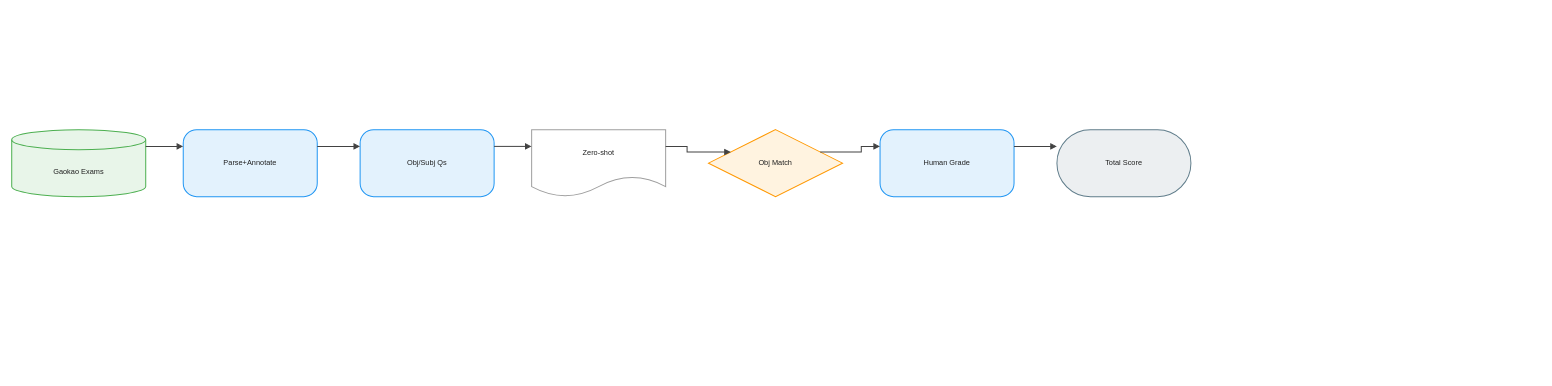
joe1chief/benchmark-hub keeps this draw.io diagram as drawio/GaokaoBench/GaokaoBench.en.drawio. Above is the earlier version. Source tidied: cells renumbered, new cells numbered last; positions are measured from the earlier drawing's top-left corner, leaving out a move shared by most shapes. Both pictures are drawn from the tidied source at 67%, with x=0, y=0 at pixel (11, 129).
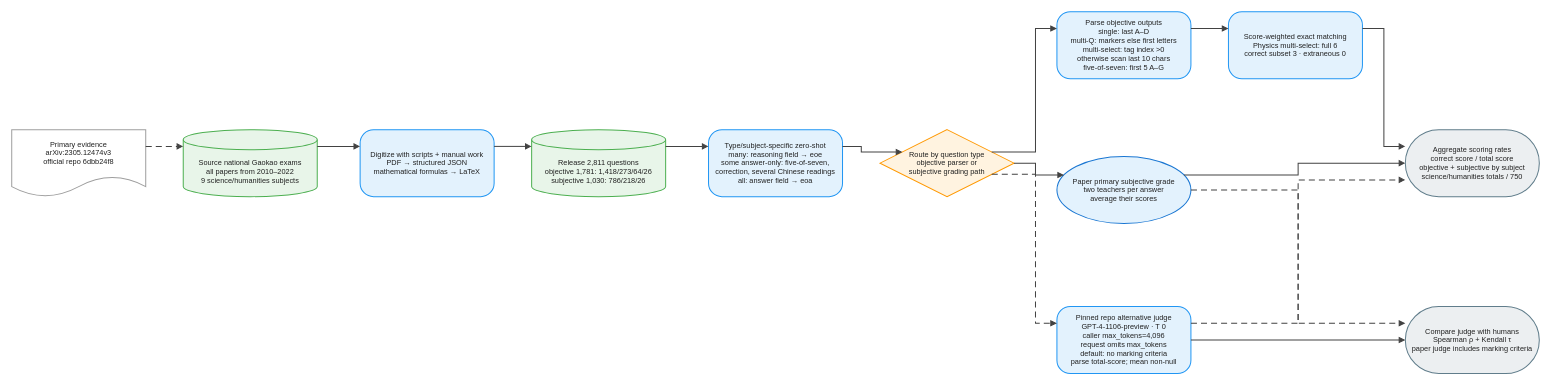
The same page after the edit.

What changed in the source:
```diff
@@
-    <mxCell id="2" value="Gaokao Exams" style="shape=cylinder3;boundedLbl=1;backgroundOutline=1;size=15;html=1;whiteSpace=wrap;fillColor=#E8F5E9;strokeColor=#4CAF50;strokeWidth=1.5;fontColor=#212121;fontSize=11;fontFamily=Arial, Helvetica, sans-serif;verticalAlign=middle;align=center;" parent="1" vertex="1">
+    <mxCell id="2" value="Primary evidence&#10;arXiv:2305.12474v3&#10;official repo 6dbb24f8" style="shape=document;boundedLbl=1;html=0;convertToSvg=1;whiteSpace=wrap;fillColor=#FFFFFF;strokeColor=#9E9E9E;strokeWidth=1.5;fontColor=#212121;fontSize=11;fontFamily=Arial, Helvetica, sans-serif;verticalAlign=middle;align=center;" parent="1" vertex="1">
       <mxGeometry width="200" height="100" as="geometry" />
     </mxCell>
-    <mxCell id="3" value="Parse+Annotate" style="rounded=1;arcSize=20;html=1;whiteSpace=wrap;fillColor=#E3F2FD;strokeColor=#2196F3;strokeWidth=1.5;fontColor=#212121;fontSize=11;fontFamily=Arial, Helvetica, sans-serif;verticalAlign=middle;align=center;" parent="1" vertex="1">
+    <mxCell id="3" value="Source national Gaokao exams&#10;all papers from 2010–2022&#10;9 science/humanities subjects" style="shape=cylinder3;boundedLbl=1;backgroundOutline=1;size=15;html=0;convertToSvg=1;whiteSpace=wrap;fillColor=#E8F5E9;strokeColor=#4CAF50;strokeWidth=1.5;fontColor=#212121;fontSize=11;fontFamily=Arial, Helvetica, sans-serif;verticalAlign=middle;align=center;" parent="1" vertex="1">
       <mxGeometry x="256" width="200" height="100" as="geometry" />
     </mxCell>
-    <mxCell id="4" value="Obj/Subj Qs" style="rounded=1;arcSize=20;html=1;whiteSpace=wrap;fillColor=#E3F2FD;strokeColor=#2196F3;strokeWidth=1.5;fontColor=#212121;fontSize=11;fontFamily=Arial, Helvetica, sans-serif;verticalAlign=middle;align=center;" parent="1" vertex="1">
+    <mxCell id="4" value="Digitize with scripts + manual work&#10;PDF → structured JSON&#10;mathematical formulas → LaTeX" style="rounded=1;arcSize=20;html=0;convertToSvg=1;whiteSpace=wrap;fillColor=#E3F2FD;strokeColor=#2196F3;strokeWidth=1.5;fontColor=#212121;fontSize=11;fontFamily=Arial, Helvetica, sans-serif;verticalAlign=middle;align=center;" parent="1" vertex="1">
       <mxGeometry x="520" width="200" height="100" as="geometry" />
     </mxCell>
-    <mxCell id="5" value="Zero-shot" style="shape=document;boundedLbl=1;html=1;whiteSpace=wrap;fillColor=#FFFFFF;strokeColor=#9E9E9E;strokeWidth=1.5;fontColor=#212121;fontSize=11;fontFamily=Arial, Helvetica, sans-serif;verticalAlign=middle;align=center;" parent="1" vertex="1">
+    <mxCell id="5" value="Release 2,811 questions&#10;objective 1,781: 1,418/273/64/26&#10;subjective 1,030: 786/218/26" style="shape=cylinder3;boundedLbl=1;backgroundOutline=1;size=15;html=0;convertToSvg=1;whiteSpace=wrap;fillColor=#E8F5E9;strokeColor=#4CAF50;strokeWidth=1.5;fontColor=#212121;fontSize=11;fontFamily=Arial, Helvetica, sans-serif;verticalAlign=middle;align=center;" parent="1" vertex="1">
       <mxGeometry x="776" width="200" height="100" as="geometry" />
     </mxCell>
-    <mxCell id="6" value="Obj Match" style="rhombus;html=1;whiteSpace=wrap;fillColor=#FFF3E0;strokeColor=#FF9800;strokeWidth=1.5;fontColor=#212121;fontSize=11;fontFamily=Arial, Helvetica, sans-serif;verticalAlign=middle;align=center;" parent="1" vertex="1">
+    <mxCell id="6" value="Type/subject-specific zero-shot&#10;many: reasoning field → eoe&#10;some answer-only: five-of-seven,&#10;correction, several Chinese readings&#10;all: answer field → eoa" style="rounded=1;arcSize=20;html=0;convertToSvg=1;whiteSpace=wrap;fillColor=#E3F2FD;strokeColor=#2196F3;strokeWidth=1.5;fontColor=#212121;fontSize=11;fontFamily=Arial, Helvetica, sans-serif;verticalAlign=middle;align=center;" parent="1" vertex="1">
       <mxGeometry x="1040" width="200" height="100" as="geometry" />
     </mxCell>
-    <mxCell id="7" value="Human Grade" style="rounded=1;arcSize=20;html=1;whiteSpace=wrap;fillColor=#E3F2FD;strokeColor=#2196F3;strokeWidth=1.5;fontColor=#212121;fontSize=11;fontFamily=Arial, Helvetica, sans-serif;verticalAlign=middle;align=center;" parent="1" vertex="1">
+    <mxCell id="7" value="Route by question type&#10;objective parser or&#10;subjective grading path" style="rhombus;html=0;convertToSvg=1;whiteSpace=wrap;fillColor=#FFF3E0;strokeColor=#FF9800;strokeWidth=1.5;fontColor=#212121;fontSize=11;fontFamily=Arial, Helvetica, sans-serif;verticalAlign=middle;align=center;" parent="1" vertex="1">
       <mxGeometry x="1296" width="200" height="100" as="geometry" />
     </mxCell>
-    <mxCell id="8" value="Total Score" style="rounded=1;arcSize=50;html=1;whiteSpace=wrap;fillColor=#ECEFF1;strokeColor=#607D8B;strokeWidth=1.5;fontColor=#212121;fontSize=11;fontFamily=Arial, Helvetica, sans-serif;verticalAlign=middle;align=center;" parent="1" vertex="1">
-      <mxGeometry x="1560" width="200" height="100" as="geometry" />
+    <mxCell id="8" value="Parse objective outputs&#10;single: last A–D&#10;multi-Q: markers else first letters&#10;multi-select: tag index &gt;0&#10;otherwise scan last 10 chars&#10;five-of-seven: first 5 A–G" style="rounded=1;arcSize=20;html=0;convertToSvg=1;whiteSpace=wrap;fillColor=#E3F2FD;strokeColor=#2196F3;strokeWidth=1.5;fontColor=#212121;fontSize=11;fontFamily=Arial, Helvetica, sans-serif;verticalAlign=middle;align=center;" parent="1" vertex="1">
+      <mxGeometry x="1560" y="-176" width="200" height="100" as="geometry" />
     </mxCell>
-    <mxCell id="9" style="edgeStyle=orthogonalEdgeStyle;rounded=0;jettySize=auto;html=1;strokeColor=#424242;strokeWidth=1.5;endArrow=block;endFill=1;exitX=1;exitY=0.25;exitDx=0;exitDy=0;entryX=0;entryY=0.25;entryDx=0;entryDy=0;jumpStyle=arc;jumpSize=8;" parent="1" edge="1" source="2" target="3">
-      <mxGeometry relative="1" as="geometry" />
+    <mxCell id="9" value="Score-weighted exact matching&#10;Physics multi-select: full 6&#10;correct subset 3 · extraneous 0" style="rounded=1;arcSize=20;html=0;convertToSvg=1;whiteSpace=wrap;fillColor=#E3F2FD;strokeColor=#2196F3;strokeWidth=1.5;fontColor=#212121;fontSize=11;fontFamily=Arial, Helvetica, sans-serif;verticalAlign=middle;align=center;" parent="1" vertex="1">
+      <mxGeometry x="1816" y="-176" width="200" height="100" as="geometry" />
     </mxCell>
-    <mxCell id="10" style="edgeStyle=orthogonalEdgeStyle;rounded=0;jettySize=auto;html=1;strokeColor=#424242;strokeWidth=1.5;endArrow=block;endFill=1;exitX=1;exitY=0.25;exitDx=0;exitDy=0;entryX=0;entryY=0.25;entryDx=0;entryDy=0;jumpStyle=arc;jumpSize=8;" parent="1" edge="1" source="3" target="4">
-      <mxGeometry relative="1" as="geometry" />
+    <mxCell id="10" value="Paper primary subjective grade&#10;two teachers per answer&#10;average their scores" style="ellipse;html=0;convertToSvg=1;whiteSpace=wrap;fillColor=#E3F2FD;strokeColor=#1976D2;strokeWidth=1.5;fontColor=#212121;fontSize=11;fontFamily=Arial, Helvetica, sans-serif;verticalAlign=middle;align=center;" parent="1" vertex="1">
+      <mxGeometry x="1560" y="40" width="200" height="100" as="geometry" />
     </mxCell>
-    <mxCell id="11" style="edgeStyle=orthogonalEdgeStyle;rounded=0;jettySize=auto;html=1;strokeColor=#424242;strokeWidth=1.5;endArrow=block;endFill=1;exitX=1;exitY=0.25;exitDx=0;exitDy=0;entryX=0;entryY=0.25;entryDx=0;entryDy=0;jumpStyle=arc;jumpSize=8;" parent="1" edge="1" source="4" target="5">
-      <mxGeometry relative="1" as="geometry" />
+    <mxCell id="11" value="Pinned repo alternative judge&#10;GPT-4-1106-preview · T 0&#10;caller max_tokens=4,096&#10;request omits max_tokens&#10;default: no marking criteria&#10;parse total-score; mean non-null" style="rounded=1;arcSize=20;html=0;convertToSvg=1;whiteSpace=wrap;fillColor=#E3F2FD;strokeColor=#2196F3;strokeWidth=1.5;fontColor=#212121;fontSize=11;fontFamily=Arial, Helvetica, sans-serif;verticalAlign=middle;align=center;" parent="1" vertex="1">
+      <mxGeometry x="1560" y="264" width="200" height="100" as="geometry" />
     </mxCell>
-    <mxCell id="12" style="edgeStyle=orthogonalEdgeStyle;rounded=0;jettySize=auto;html=1;strokeColor=#424242;strokeWidth=1.5;endArrow=block;endFill=1;exitX=1;exitY=0.25;exitDx=0;exitDy=0;entryX=0;entryY=0.25;entryDx=0;entryDy=0;jumpStyle=arc;jumpSize=8;" parent="1" edge="1" source="5" target="6">
-      <mxGeometry relative="1" as="geometry" />
+    <mxCell id="12" value="Aggregate scoring rates&#10;correct score / total score&#10;objective + subjective by subject&#10;science/humanities totals / 750" style="rounded=1;arcSize=50;html=0;convertToSvg=1;whiteSpace=wrap;fillColor=#ECEFF1;strokeColor=#607D8B;strokeWidth=1.5;fontColor=#212121;fontSize=11;fontFamily=Arial, Helvetica, sans-serif;verticalAlign=middle;align=center;" parent="1" vertex="1">
+      <mxGeometry x="2080" width="200" height="100" as="geometry" />
     </mxCell>
-    <mxCell id="13" style="edgeStyle=orthogonalEdgeStyle;rounded=0;jettySize=auto;html=1;strokeColor=#424242;strokeWidth=1.5;endArrow=block;endFill=1;exitX=1;exitY=0.25;exitDx=0;exitDy=0;entryX=0;entryY=0.25;entryDx=0;entryDy=0;jumpStyle=arc;jumpSize=8;" parent="1" edge="1" source="6" target="7">
-      <mxGeometry relative="1" as="geometry" />
+    <mxCell id="13" value="Compare judge with humans&#10;Spearman ρ + Kendall τ&#10;paper judge includes marking criteria" style="rounded=1;arcSize=50;html=0;convertToSvg=1;whiteSpace=wrap;fillColor=#ECEFF1;strokeColor=#607D8B;strokeWidth=1.5;fontColor=#212121;fontSize=11;fontFamily=Arial, Helvetica, sans-serif;verticalAlign=middle;align=center;" parent="1" vertex="1">
+      <mxGeometry x="2080" y="264" width="200" height="100" as="geometry" />
     </mxCell>
-    <mxCell id="14" style="edgeStyle=orthogonalEdgeStyle;rounded=0;jettySize=auto;html=1;strokeColor=#424242;strokeWidth=1.5;endArrow=block;endFill=1;exitX=1;exitY=0.25;exitDx=0;exitDy=0;entryX=0;entryY=0.25;entryDx=0;entryDy=0;jumpStyle=arc;jumpSize=8;" parent="1" edge="1" source="7" target="8">
+    <mxCell id="14" style="edgeStyle=orthogonalEdgeStyle;rounded=0;jettySize=auto;html=0;convertToSvg=1;strokeColor=#424242;strokeWidth=1.5;endArrow=block;endFill=1;exitX=1;exitY=0.25;exitDx=0;exitDy=0;entryX=0;entryY=0.25;entryDx=0;entryDy=0;dashed=1;dashPattern=6 4;jumpStyle=arc;jumpSize=8;" parent="1" edge="1" source="2" target="3">
       <mxGeometry relative="1" as="geometry" />
     </mxCell>
+    <mxCell id="15" style="edgeStyle=orthogonalEdgeStyle;rounded=0;jettySize=auto;html=0;convertToSvg=1;strokeColor=#424242;strokeWidth=1.5;endArrow=block;endFill=1;exitX=1;exitY=0.25;exitDx=0;exitDy=0;entryX=0;entryY=0.25;entryDx=0;entryDy=0;jumpStyle=arc;jumpSize=8;" parent="1" edge="1" source="3" target="4">
+      <mxGeometry relative="1" as="geometry" />
+    </mxCell>
+    <mxCell id="16" style="edgeStyle=orthogonalEdgeStyle;rounded=0;jettySize=auto;html=0;convertToSvg=1;strokeColor=#424242;strokeWidth=1.5;endArrow=block;endFill=1;exitX=1;exitY=0.25;exitDx=0;exitDy=0;entryX=0;entryY=0.25;entryDx=0;entryDy=0;jumpStyle=arc;jumpSize=8;" parent="1" edge="1" source="4" target="5">
+      <mxGeometry relative="1" as="geometry" />
+    </mxCell>
+    <mxCell id="17" style="edgeStyle=orthogonalEdgeStyle;rounded=0;jettySize=auto;html=0;convertToSvg=1;strokeColor=#424242;strokeWidth=1.5;endArrow=block;endFill=1;exitX=1;exitY=0.25;exitDx=0;exitDy=0;entryX=0;entryY=0.25;entryDx=0;entryDy=0;jumpStyle=arc;jumpSize=8;" parent="1" edge="1" source="5" target="6">
+      <mxGeometry relative="1" as="geometry" />
+    </mxCell>
+    <mxCell id="18" style="edgeStyle=orthogonalEdgeStyle;rounded=0;jettySize=auto;html=0;convertToSvg=1;strokeColor=#424242;strokeWidth=1.5;endArrow=block;endFill=1;exitX=1;exitY=0.25;exitDx=0;exitDy=0;entryX=0;entryY=0.25;entryDx=0;entryDy=0;jumpStyle=arc;jumpSize=8;" parent="1" edge="1" source="6" target="7">
+      <mxGeometry relative="1" as="geometry" />
+    </mxCell>
+    <mxCell id="19" style="edgeStyle=orthogonalEdgeStyle;rounded=0;jettySize=auto;html=0;convertToSvg=1;strokeColor=#424242;strokeWidth=1.5;endArrow=block;endFill=1;exitX=1;exitY=0.25;exitDx=0;exitDy=0;entryX=0;entryY=0.25;entryDx=0;entryDy=0;jumpStyle=arc;jumpSize=8;" parent="1" edge="1" source="7" target="8">
+      <mxGeometry relative="1" as="geometry" />
+    </mxCell>
+    <mxCell id="20" style="edgeStyle=orthogonalEdgeStyle;rounded=0;jettySize=auto;html=0;convertToSvg=1;strokeColor=#424242;strokeWidth=1.5;endArrow=block;endFill=1;exitX=1;exitY=0.25;exitDx=0;exitDy=0;entryX=0;entryY=0.25;entryDx=0;entryDy=0;jumpStyle=arc;jumpSize=8;" parent="1" edge="1" source="8" target="9">
+      <mxGeometry relative="1" as="geometry" />
+    </mxCell>
+    <mxCell id="21" style="edgeStyle=orthogonalEdgeStyle;rounded=0;jettySize=auto;html=0;convertToSvg=1;strokeColor=#424242;strokeWidth=1.5;endArrow=block;endFill=1;exitX=1;exitY=0.25;exitDx=0;exitDy=0;entryX=0;entryY=0.25;entryDx=0;entryDy=0;jumpStyle=arc;jumpSize=8;" parent="1" edge="1" source="9" target="12">
+      <mxGeometry relative="1" as="geometry" />
+    </mxCell>
+    <mxCell id="22" style="edgeStyle=orthogonalEdgeStyle;rounded=0;jettySize=auto;html=0;convertToSvg=1;strokeColor=#424242;strokeWidth=1.5;endArrow=block;endFill=1;exitX=1;exitY=0.5;exitDx=0;exitDy=0;entryX=0;entryY=0.25;entryDx=0;entryDy=0;jumpStyle=arc;jumpSize=8;" parent="1" edge="1" source="7" target="10">
+      <mxGeometry relative="1" as="geometry" />
+    </mxCell>
+    <mxCell id="23" style="edgeStyle=orthogonalEdgeStyle;rounded=0;jettySize=auto;html=0;convertToSvg=1;strokeColor=#424242;strokeWidth=1.5;endArrow=block;endFill=1;exitX=1;exitY=0.25;exitDx=0;exitDy=0;entryX=0;entryY=0.5;entryDx=0;entryDy=0;jumpStyle=arc;jumpSize=8;" parent="1" edge="1" source="10" target="12">
+      <mxGeometry relative="1" as="geometry" />
+    </mxCell>
+    <mxCell id="24" style="edgeStyle=orthogonalEdgeStyle;rounded=0;jettySize=auto;html=0;convertToSvg=1;strokeColor=#424242;strokeWidth=1.5;endArrow=block;endFill=1;exitX=1;exitY=0.75;exitDx=0;exitDy=0;entryX=0;entryY=0.25;entryDx=0;entryDy=0;dashed=1;dashPattern=6 4;jumpStyle=arc;jumpSize=8;" parent="1" edge="1" source="7" target="11">
+      <mxGeometry relative="1" as="geometry" />
+    </mxCell>
+    <mxCell id="25" style="edgeStyle=orthogonalEdgeStyle;rounded=0;jettySize=auto;html=0;convertToSvg=1;strokeColor=#424242;strokeWidth=1.5;endArrow=block;endFill=1;exitX=1;exitY=0.25;exitDx=0;exitDy=0;entryX=0;entryY=0.75;entryDx=0;entryDy=0;dashed=1;dashPattern=6 4;jumpStyle=arc;jumpSize=8;" parent="1" edge="1" source="11" target="12">
+      <mxGeometry relative="1" as="geometry" />
+    </mxCell>
+    <mxCell id="26" style="edgeStyle=orthogonalEdgeStyle;rounded=0;jettySize=auto;html=0;convertToSvg=1;strokeColor=#424242;strokeWidth=1.5;endArrow=block;endFill=1;exitX=1;exitY=0.5;exitDx=0;exitDy=0;entryX=0;entryY=0.25;entryDx=0;entryDy=0;dashed=1;dashPattern=6 4;jumpStyle=arc;jumpSize=8;" parent="1" edge="1" source="10" target="13">
+      <mxGeometry relative="1" as="geometry" />
+    </mxCell>
+    <mxCell id="27" style="edgeStyle=orthogonalEdgeStyle;rounded=0;jettySize=auto;html=0;convertToSvg=1;strokeColor=#424242;strokeWidth=1.5;endArrow=block;endFill=1;exitX=1;exitY=0.5;exitDx=0;exitDy=0;entryX=0;entryY=0.5;entryDx=0;entryDy=0;jumpStyle=arc;jumpSize=8;" parent="1" edge="1" source="11" target="13">
+      <mxGeometry relative="1" as="geometry" />
+    </mxCell>
```
